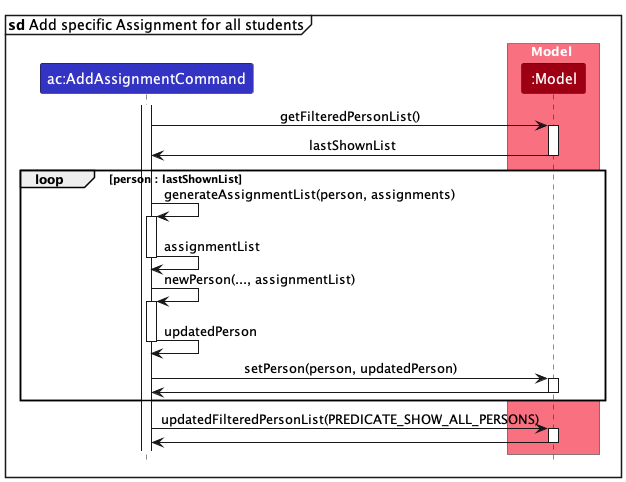
The PlantUML diagram docs/assets/dg/SDAddAssignment.png in shamesjen/tp, before a commit.
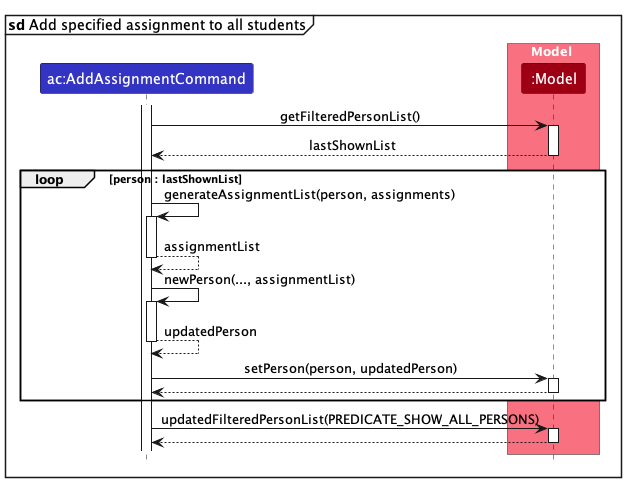
After the change.

What changed in the source:
```diff
@@ -3,7 +3,7 @@
 skinparam ArrowFontStyle plain
 skinparam sequenceReferenceBackgroundColor white
 
-mainframe: **sd** Add specific Assignment for all students
+mainframe: **sd** Add specified assignment to all students
 
 participant "ac:AddAssignmentCommand" as AddAssignmentCommand LOGIC_COLOR
 
@@ -16,27 +16,27 @@
 AddAssignmentCommand -> Model : getFilteredPersonList()
 activate Model
 
-Model -> AddAssignmentCommand : lastShownList
+Model --> AddAssignmentCommand : lastShownList
 deactivate Model
 loop person : lastShownList
     AddAssignmentCommand -> AddAssignmentCommand : generateAssignmentList(person, assignments)
     activate AddAssignmentCommand
-    AddAssignmentCommand -> AddAssignmentCommand : assignmentList
+    AddAssignmentCommand --> AddAssignmentCommand : assignmentList
     deactivate AddAssignmentCommand
     AddAssignmentCommand -> AddAssignmentCommand : newPerson(..., assignmentList)
     activate AddAssignmentCommand
-    AddAssignmentCommand -> AddAssignmentCommand : updatedPerson
+    AddAssignmentCommand --> AddAssignmentCommand : updatedPerson
     deactivate AddAssignmentCommand
     AddAssignmentCommand -> Model : setPerson(person, updatedPerson)
     activate Model
-    Model -> AddAssignmentCommand
+    Model --> AddAssignmentCommand
     deactivate Model
 end loop
 
 AddAssignmentCommand -> Model : updatedFilteredPersonList(PREDICATE_SHOW_ALL_PERSONS)
 activate Model
 
-Model -> AddAssignmentCommand
+Model --> AddAssignmentCommand
 deactivate Model
 
 @enduml
```
